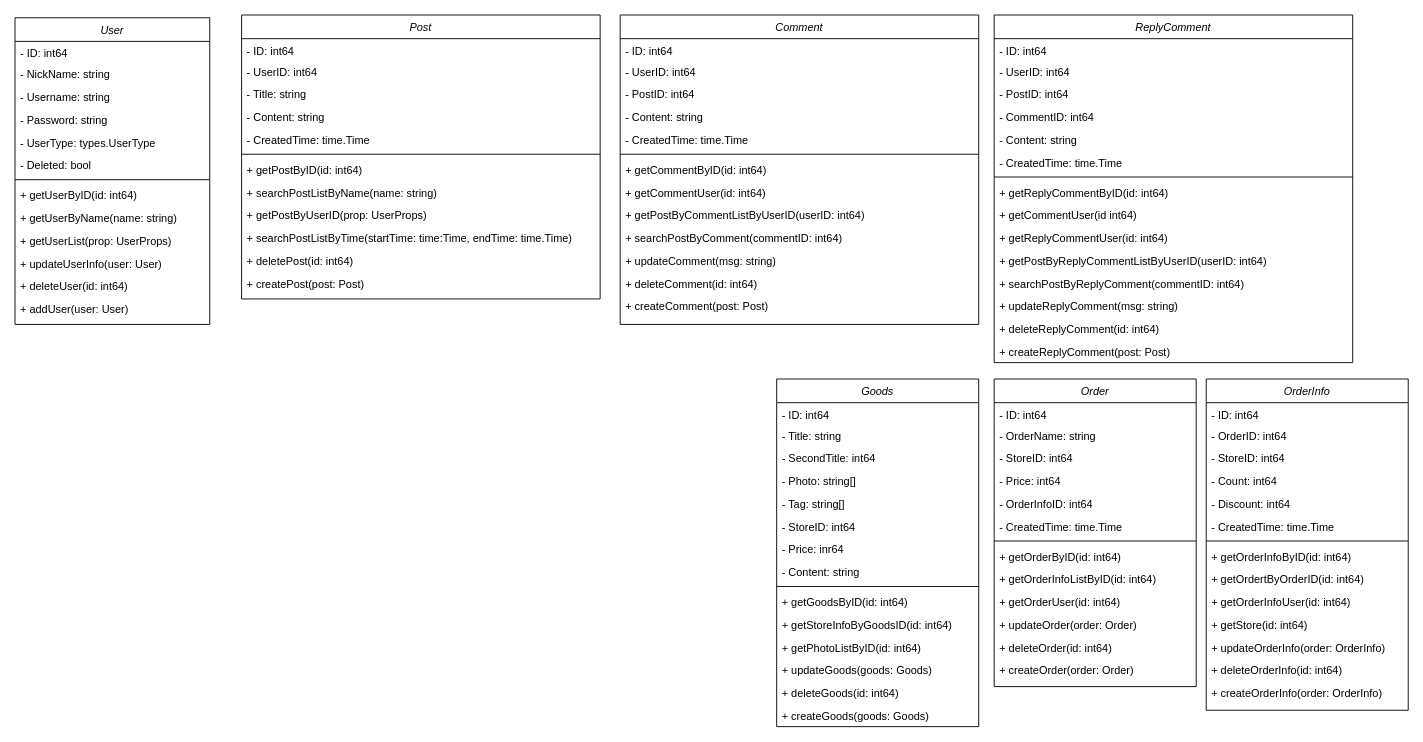
Before: 毕业设计CQUPT/类图.drawio in myjdml/drowio, a draw.io diagram. Source tidied: cells renumbered, new cells numbered last; positions are measured from the earlier drawing's top-left corner, leaving out a move shared by most shapes. Both pictures are drawn from the tidied source at 91%, with x=0, y=0 at pixel (15, 15).
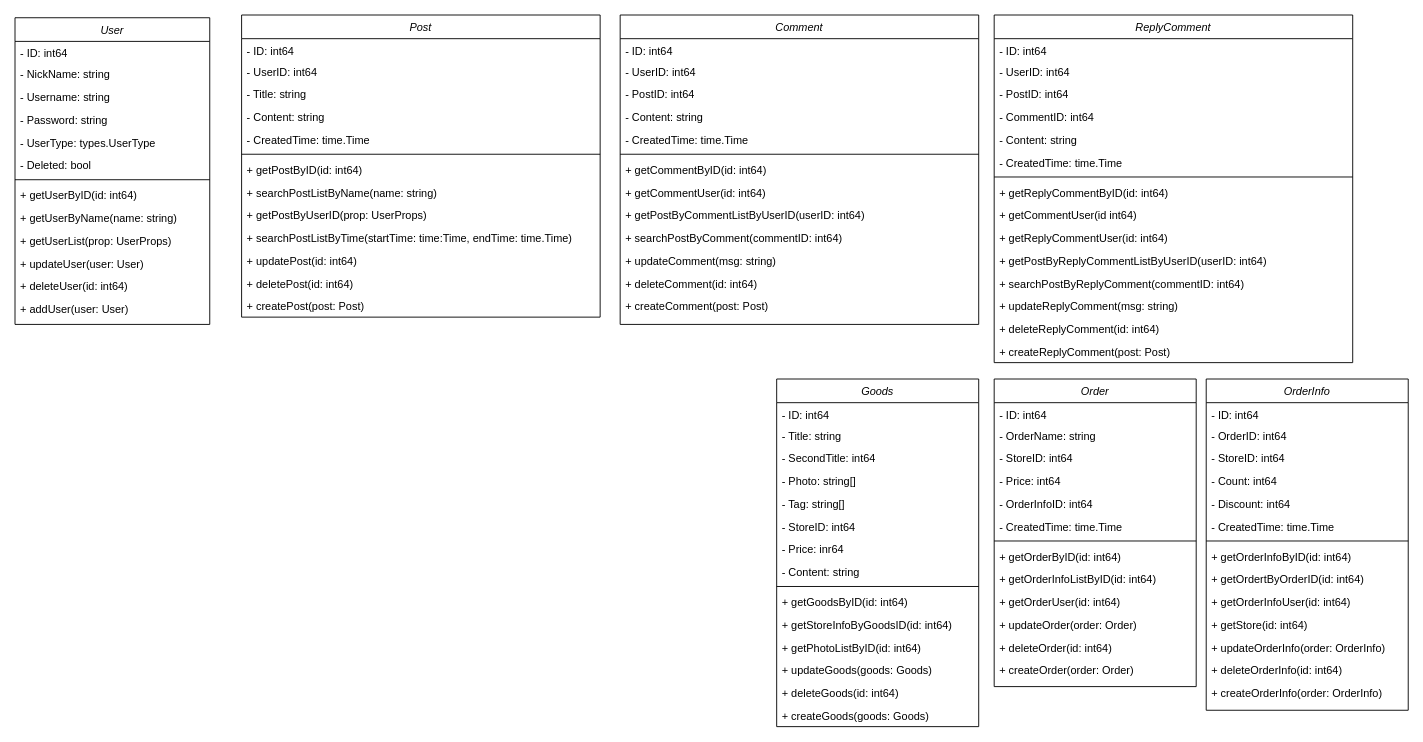
After the change.

Unchanged cells that the change refers to:
```xml
<mxCell id="2" value="User" style="swimlane;fontStyle=2;align=center;verticalAlign=top;horizontal=1;startSize=26;rounded=0;shadow=0;strokeWidth=1;" parent="1" vertex="1">
  <mxGeometry y="3" width="214" height="337" as="geometry" />
</mxCell>
```

The edit, as a diff of the source:
```diff
@@
-    <mxCell id="13" value="+ updateUserInfo(user: User)" style="text;align=left;verticalAlign=top;spacingLeft=4;spacingRight=4;overflow=hidden;rounded=0;shadow=0;html=0;" parent="2" vertex="1">
+    <mxCell id="13" value="+ updateUser(user: User)" style="text;align=left;verticalAlign=top;spacingLeft=4;spacingRight=4;overflow=hidden;rounded=0;shadow=0;html=0;" parent="2" vertex="1">
       <mxGeometry y="257" width="214" height="25" as="geometry" />
     </mxCell>
@@
     <mxCell id="16" value="Post" style="swimlane;fontStyle=2;align=center;verticalAlign=top;horizontal=1;startSize=26;rounded=0;shadow=0;strokeWidth=1;" parent="1" vertex="1">
-      <mxGeometry x="249" width="394" height="312" as="geometry" />
+      <mxGeometry x="249" width="394" height="332" as="geometry" />
     </mxCell>
@@
+    <mxCell id="104" value="+ updatePost(id: int64)" style="text;align=left;verticalAlign=top;spacingLeft=4;spacingRight=4;overflow=hidden;rounded=0;shadow=0;html=0;" parent="16" vertex="1">
+      <mxGeometry y="257" width="394" height="25" as="geometry" />
+    </mxCell>
     <mxCell id="27" value="+ deletePost(id: int64)" style="text;align=left;verticalAlign=top;spacingLeft=4;spacingRight=4;overflow=hidden;rounded=0;shadow=0;html=0;" parent="16" vertex="1">
-      <mxGeometry y="257" width="394" height="25" as="geometry" />
+      <mxGeometry y="282" width="394" height="25" as="geometry" />
     </mxCell>
     <mxCell id="28" value="+ createPost(post: Post)" style="text;align=left;verticalAlign=top;spacingLeft=4;spacingRight=4;overflow=hidden;rounded=0;shadow=0;html=0;" parent="16" vertex="1">
-      <mxGeometry y="282" width="394" height="25" as="geometry" />
+      <mxGeometry y="307" width="394" height="25" as="geometry" />
     </mxCell>
```
